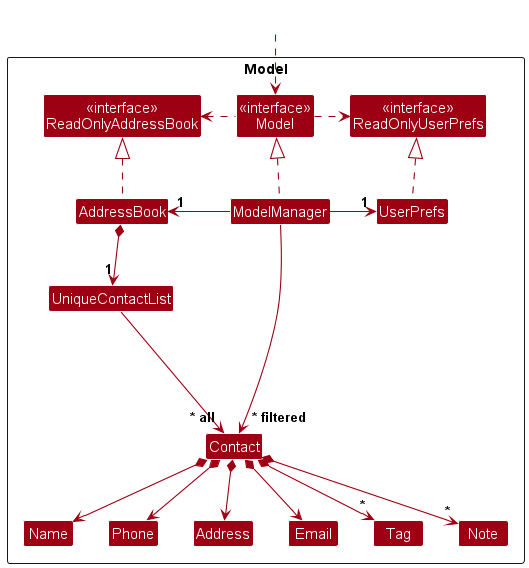
The PlantUML diagram docs/images/ModelClassDiagram.png in s-peiran/tp, before a commit. The source it was exported from:
```plantuml
@startuml
!include style.puml
skinparam arrowThickness 1.1
skinparam arrowColor MODEL_COLOR
skinparam classBackgroundColor MODEL_COLOR

Package Model as ModelPackage <<Rectangle>>{
Class "<<interface>>\nReadOnlyAddressBook" as ReadOnlyAddressBook
Class "<<interface>>\nReadOnlyUserPrefs" as ReadOnlyUserPrefs
Class "<<interface>>\nModel" as Model
Class AddressBook
Class ModelManager
Class UserPrefs

Class UniqueContactList
Class Contact
Class Address
Class Email
Class Name
Class Phone
Class Tag
Class Note

Class I #FFFFFF
}

Class HiddenOutside #FFFFFF
HiddenOutside ..> Model

AddressBook .up.|> ReadOnlyAddressBook

ModelManager .up.|> Model
Model .right.> ReadOnlyUserPrefs
Model .left.> ReadOnlyAddressBook
ModelManager -left-> "1" AddressBook
ModelManager -right-> "1" UserPrefs
UserPrefs .up.|> ReadOnlyUserPrefs

AddressBook *--> "1" UniqueContactList
UniqueContactList --> "~* all" Contact
Contact *--> Name
Contact *--> Phone
Contact *--> Email
Contact *--> Address
Contact *--> "*" Tag
Contact *--> "*" Note

Contact -[hidden]up--> I
UniqueContactList -[hidden]right-> I

Name -[hidden]right-> Phone
Phone -[hidden]right-> Address
Address -[hidden]right-> Email

ModelManager --> "~* filtered" Contact
@enduml
```
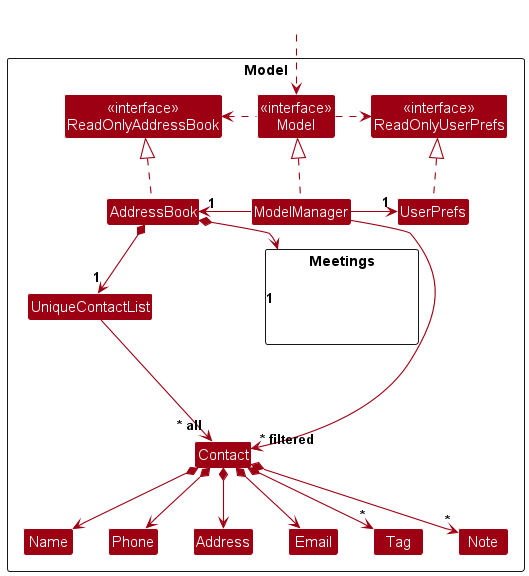
Later version of the same file.

Commit message:
Update developer guide with model details

The edit, as a diff of the source:
```diff
@@ -21,8 +21,15 @@
 Class Tag
 Class Note
 
+
 Class I #FFFFFF
+
+package Meetings <<Rectangle>> {
+Class HiddenLogic #FFFFFF
 }
+}
+
+
 
 Class HiddenOutside #FFFFFF
 HiddenOutside ..> Model
@@ -37,6 +44,7 @@
 UserPrefs .up.|> ReadOnlyUserPrefs
 
 AddressBook *--> "1" UniqueContactList
+AddressBook *--> "1" Meetings
 UniqueContactList --> "~* all" Contact
 Contact *--> Name
 Contact *--> Phone
```
